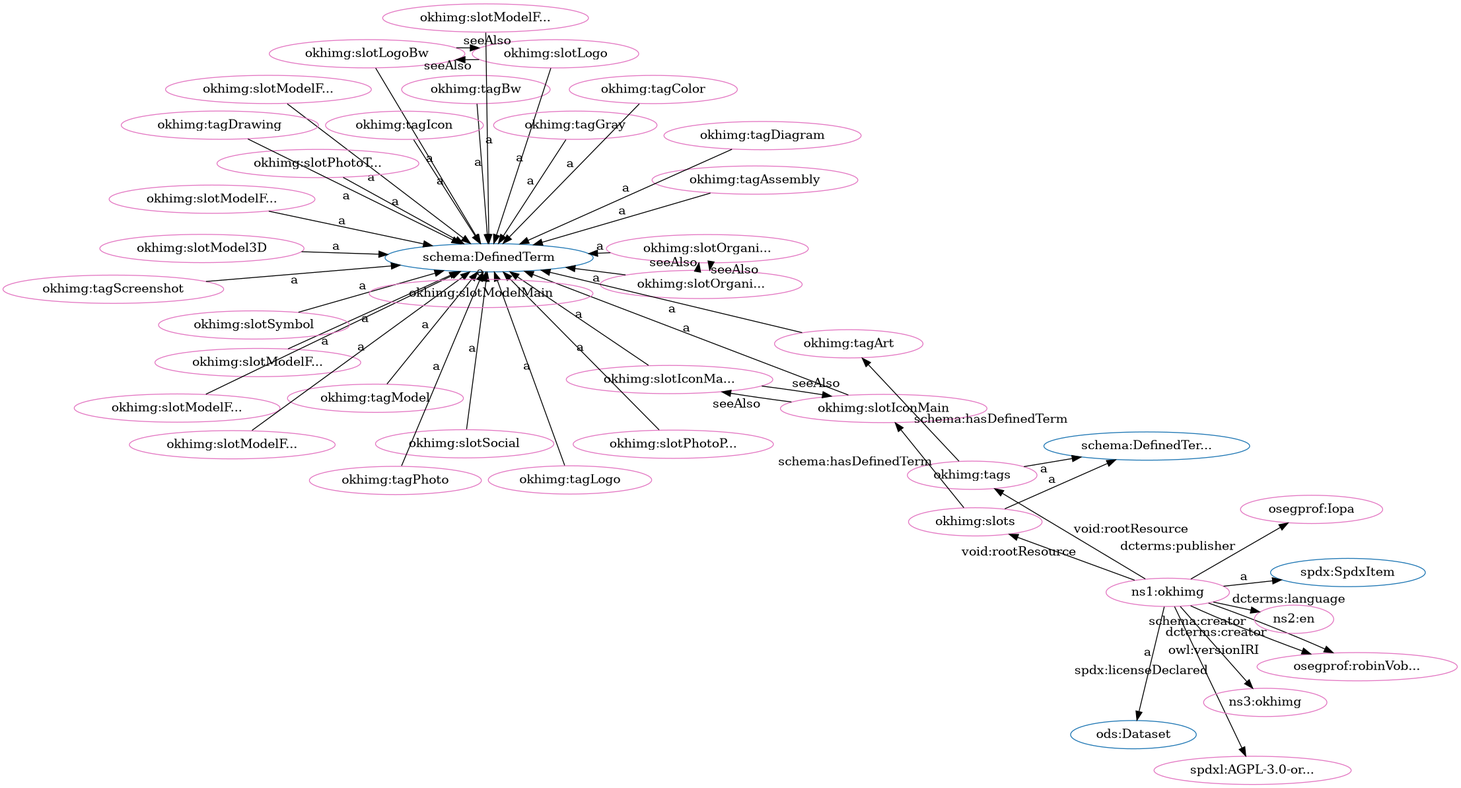
Above: src/spec/fdp_okh-img.png in iop-alliance/OpenKnowHow (Graphviz), before the change. Its source is kept beside it as src/spec/fdp_okh-img.dot.
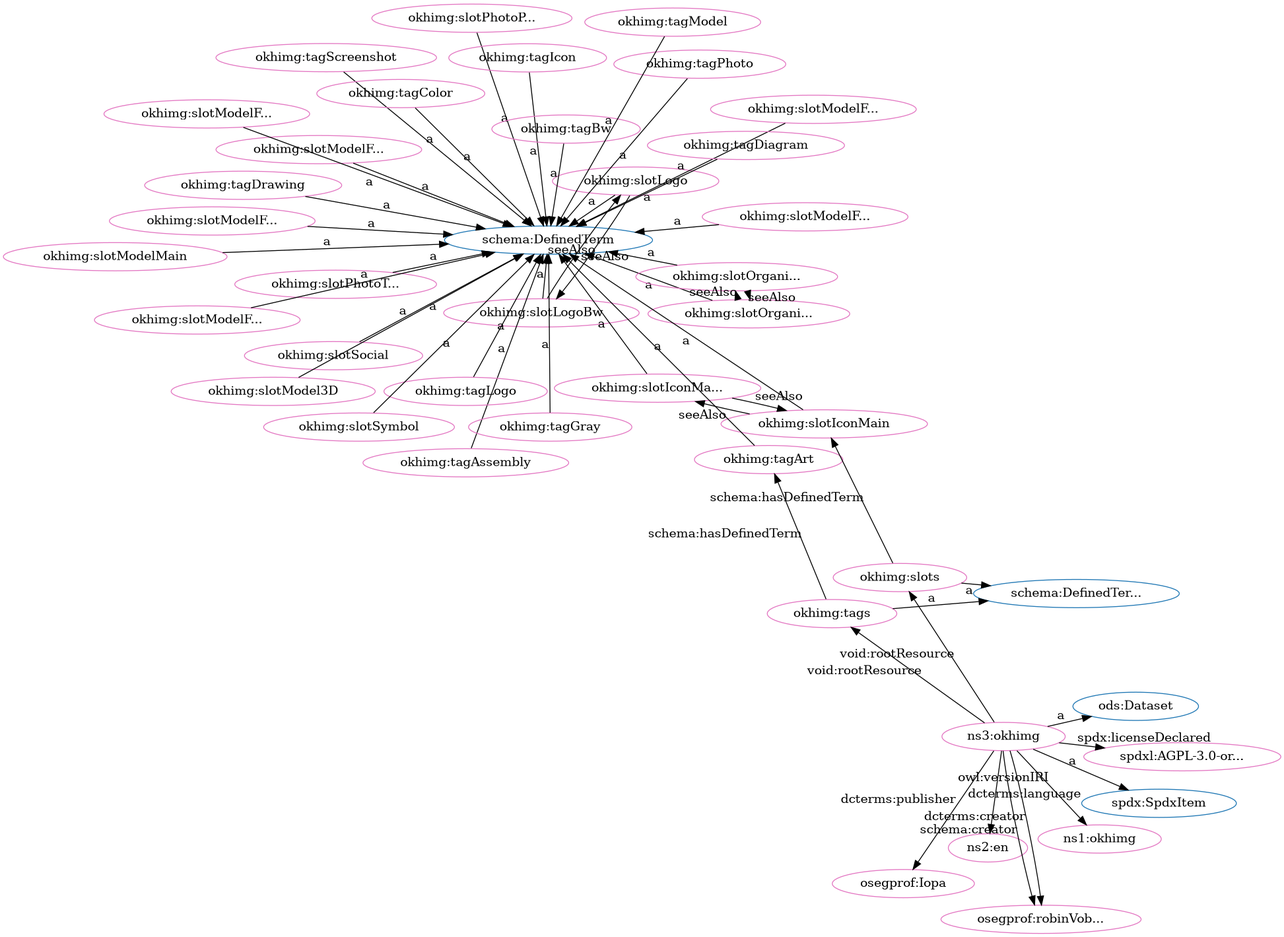
The same file after the commit.

Diff of the diagram source:
```diff
@@ -1,96 +1,96 @@
 digraph G {
   rankdir=BT
   node[height=.3]
+"http://spdx.org/rdf/terms#SpdxItem" [fillcolor="#1f77b4" color="#1f77b4" label="spdx:SpdxItem"]
+"http://w3id.org/oseg/ont/ods#Dataset" [fillcolor="#1f77b4" color="#1f77b4" label="ods:Dataset"]
 "http://schema.org/DefinedTerm" [fillcolor="#1f77b4" color="#1f77b4" label="schema:DefinedTerm"]
 "http://schema.org/DefinedTermSet" [fillcolor="#1f77b4" color="#1f77b4" label="schema:DefinedTer..."]
-"http://spdx.org/rdf/terms#SpdxItem" [fillcolor="#1f77b4" color="#1f77b4" label="spdx:SpdxItem"]
-"http://w3id.org/oseg/ont/ods#Dataset" [fillcolor="#1f77b4" color="#1f77b4" label="ods:Dataset"]
+"http://w3id.org/oseg/ont/okhimg#slotOrganizationLogoBw" [fillcolor="#e377c2" color="#e377c2" label="okhimg:slotOrgani..."]
+"http://w3id.org/oseg/ont/okhimg#slotIconMain" [fillcolor="#e377c2" color="#e377c2" label="okhimg:slotIconMain"]
+"http://w3id.org/oseg/ont/okhimg#slotLogo" [fillcolor="#e377c2" color="#e377c2" label="okhimg:slotLogo"]
+"http://w3id.org/oseg/ont/okhimg#slotPhotoPackaging" [fillcolor="#e377c2" color="#e377c2" label="okhimg:slotPhotoP..."]
+"http://w3id.org/oseg/ont/okhimg#slotLogoBw" [fillcolor="#e377c2" color="#e377c2" label="okhimg:slotLogoBw"]
+"http://w3id.org/oseg/ont/okhimg#slotPhotoThingMain" [fillcolor="#e377c2" color="#e377c2" label="okhimg:slotPhotoT..."]
+"http://w3id.org/oseg/ont/0.1.0/okhimg" [fillcolor="#e377c2" color="#e377c2" label="ns1:okhimg"]
+"http://w3id.org/oseg/ont/okhimg#tagDrawing" [fillcolor="#e377c2" color="#e377c2" label="okhimg:tagDrawing"]
+"http://w3id.org/oseg/ont/okhimg#tagArt" [fillcolor="#e377c2" color="#e377c2" label="okhimg:tagArt"]
+"http://w3id.org/oseg/ont/okhimg#slotModelMain" [fillcolor="#e377c2" color="#e377c2" label="okhimg:slotModelMain"]
 "http://w3id.org/oseg/ont/okhimg#slotModelFromBelow" [fillcolor="#e377c2" color="#e377c2" label="okhimg:slotModelF..."]
-"http://w3id.org/oseg/ont/okhimg#slotIconMainBw" [fillcolor="#e377c2" color="#e377c2" label="okhimg:slotIconMa..."]
+"http://w3id.org/oseg/ont/okhimg#slots" [fillcolor="#e377c2" color="#e377c2" label="okhimg:slots"]
+"http://w3id.org/oseg/ont/okhimg#tags" [fillcolor="#e377c2" color="#e377c2" label="okhimg:tags"]
+"http://w3id.org/oseg/ont/okhimg#slotOrganizationLogo" [fillcolor="#e377c2" color="#e377c2" label="okhimg:slotOrgani..."]
+"http://w3id.org/oseg/ont/okhimg#tagScreenshot" [fillcolor="#e377c2" color="#e377c2" label="okhimg:tagScreenshot"]
+"http://w3id.org/oseg/ont/oseg-profiles#Iopa" [fillcolor="#e377c2" color="#e377c2" label="osegprof:Iopa"]
+"http://id.loc.gov/vocabulary/iso639-1/en" [fillcolor="#e377c2" color="#e377c2" label="ns2:en"]
+"http://w3id.org/oseg/ont/okhimg#tagAssembly" [fillcolor="#e377c2" color="#e377c2" label="okhimg:tagAssembly"]
+"http://w3id.org/oseg/ont/okhimg" [fillcolor="#e377c2" color="#e377c2" label="ns3:okhimg"]
 "http://w3id.org/oseg/ont/okhimg#slotModelFromRight" [fillcolor="#e377c2" color="#e377c2" label="okhimg:slotModelF..."]
+"http://w3id.org/oseg/ont/okhimg#slotSocial" [fillcolor="#e377c2" color="#e377c2" label="okhimg:slotSocial"]
+"http://w3id.org/oseg/ont/okhimg#tagIcon" [fillcolor="#e377c2" color="#e377c2" label="okhimg:tagIcon"]
+"http://spdx.org/licenses/AGPL-3.0-or-later" [fillcolor="#e377c2" color="#e377c2" label="spdxl:AGPL-3.0-or..."]
+"http://w3id.org/oseg/ont/okhimg#slotModelFromLeft" [fillcolor="#e377c2" color="#e377c2" label="okhimg:slotModelF..."]
+"http://w3id.org/oseg/ont/okhimg#tagColor" [fillcolor="#e377c2" color="#e377c2" label="okhimg:tagColor"]
 "http://w3id.org/oseg/ont/okhimg#tagBw" [fillcolor="#e377c2" color="#e377c2" label="okhimg:tagBw"]
-"http://spdx.org/licenses/AGPL-3.0-or-later" [fillcolor="#e377c2" color="#e377c2" label="spdxl:AGPL-3.0-or..."]
-"http://w3id.org/oseg/ont/oseg-profiles#robinVobruba" [fillcolor="#e377c2" color="#e377c2" label="osegprof:robinVob..."]
-"http://w3id.org/oseg/ont/okhimg#slotLogo" [fillcolor="#e377c2" color="#e377c2" label="okhimg:slotLogo"]
-"http://w3id.org/oseg/ont/okhimg#slotLogoBw" [fillcolor="#e377c2" color="#e377c2" label="okhimg:slotLogoBw"]
-"http://w3id.org/oseg/ont/okhimg#slotOrganizationLogoBw" [fillcolor="#e377c2" color="#e377c2" label="okhimg:slotOrgani..."]
-"http://w3id.org/oseg/ont/okhimg#slotOrganizationLogo" [fillcolor="#e377c2" color="#e377c2" label="okhimg:slotOrgani..."]
-"http://w3id.org/oseg/ont/okhimg#tagAssembly" [fillcolor="#e377c2" color="#e377c2" label="okhimg:tagAssembly"]
-"http://w3id.org/oseg/ont/okhimg#tagScreenshot" [fillcolor="#e377c2" color="#e377c2" label="okhimg:tagScreenshot"]
-"http://w3id.org/oseg/ont/okhimg" [fillcolor="#e377c2" color="#e377c2" label="ns1:okhimg"]
-"http://w3id.org/oseg/ont/okhimg#slotPhotoThingMain" [fillcolor="#e377c2" color="#e377c2" label="okhimg:slotPhotoT..."]
-"http://w3id.org/oseg/ont/okhimg#tagArt" [fillcolor="#e377c2" color="#e377c2" label="okhimg:tagArt"]
-"http://w3id.org/oseg/ont/okhimg#tagDiagram" [fillcolor="#e377c2" color="#e377c2" label="okhimg:tagDiagram"]
-"http://w3id.org/oseg/ont/okhimg#slotModelFromAbove" [fillcolor="#e377c2" color="#e377c2" label="okhimg:slotModelF..."]
 "http://w3id.org/oseg/ont/okhimg#slotModelFromBack" [fillcolor="#e377c2" color="#e377c2" label="okhimg:slotModelF..."]
 "http://w3id.org/oseg/ont/okhimg#tagLogo" [fillcolor="#e377c2" color="#e377c2" label="okhimg:tagLogo"]
-"http://w3id.org/oseg/ont/okhimg#slotSocial" [fillcolor="#e377c2" color="#e377c2" label="okhimg:slotSocial"]
-"http://w3id.org/oseg/ont/okhimg#slotIconMain" [fillcolor="#e377c2" color="#e377c2" label="okhimg:slotIconMain"]
-"http://w3id.org/oseg/ont/okhimg#slotPhotoPackaging" [fillcolor="#e377c2" color="#e377c2" label="okhimg:slotPhotoP..."]
-"http://w3id.org/oseg/ont/okhimg#tagDrawing" [fillcolor="#e377c2" color="#e377c2" label="okhimg:tagDrawing"]
+"http://w3id.org/oseg/ont/oseg-profiles#robinVobruba" [fillcolor="#e377c2" color="#e377c2" label="osegprof:robinVob..."]
+"http://w3id.org/oseg/ont/okhimg#slotModelFromFront" [fillcolor="#e377c2" color="#e377c2" label="okhimg:slotModelF..."]
+"http://w3id.org/oseg/ont/okhimg#tagPhoto" [fillcolor="#e377c2" color="#e377c2" label="okhimg:tagPhoto"]
+"http://w3id.org/oseg/ont/okhimg#slotIconMainBw" [fillcolor="#e377c2" color="#e377c2" label="okhimg:slotIconMa..."]
+"http://w3id.org/oseg/ont/okhimg#tagDiagram" [fillcolor="#e377c2" color="#e377c2" label="okhimg:tagDiagram"]
 "http://w3id.org/oseg/ont/okhimg#tagGray" [fillcolor="#e377c2" color="#e377c2" label="okhimg:tagGray"]
-"http://w3id.org/oseg/ont/okhimg#slots" [fillcolor="#e377c2" color="#e377c2" label="okhimg:slots"]
-"http://w3id.org/oseg/ont/okhimg#tags" [fillcolor="#e377c2" color="#e377c2" label="okhimg:tags"]
-"http://w3id.org/oseg/ont/okhimg#slotModelFromLeft" [fillcolor="#e377c2" color="#e377c2" label="okhimg:slotModelF..."]
+"http://w3id.org/oseg/ont/okhimg#slotModel3D" [fillcolor="#e377c2" color="#e377c2" label="okhimg:slotModel3D"]
+"http://w3id.org/oseg/ont/okhimg#slotSymbol" [fillcolor="#e377c2" color="#e377c2" label="okhimg:slotSymbol"]
 "http://w3id.org/oseg/ont/okhimg#tagModel" [fillcolor="#e377c2" color="#e377c2" label="okhimg:tagModel"]
-"http://w3id.org/oseg/ont/okhimg#tagIcon" [fillcolor="#e377c2" color="#e377c2" label="okhimg:tagIcon"]
-"http://w3id.org/oseg/ont/oseg-profiles#Iopa" [fillcolor="#e377c2" color="#e377c2" label="osegprof:Iopa"]
-"http://w3id.org/oseg/ont/okhimg#slotModelFromFront" [fillcolor="#e377c2" color="#e377c2" label="okhimg:slotModelF..."]
-"http://w3id.org/oseg/ont/okhimg#slotSymbol" [fillcolor="#e377c2" color="#e377c2" label="okhimg:slotSymbol"]
-"http://w3id.org/oseg/ont/okhimg#slotModelMain" [fillcolor="#e377c2" color="#e377c2" label="okhimg:slotModelMain"]
-"http://w3id.org/oseg/ont/okhimg#tagColor" [fillcolor="#e377c2" color="#e377c2" label="okhimg:tagColor"]
-"http://id.loc.gov/vocabulary/iso639-1/en" [fillcolor="#e377c2" color="#e377c2" label="ns2:en"]
-"http://w3id.org/oseg/ont/okhimg#slotModel3D" [fillcolor="#e377c2" color="#e377c2" label="okhimg:slotModel3D"]
-"http://w3id.org/oseg/ont/okhimg#tagPhoto" [fillcolor="#e377c2" color="#e377c2" label="okhimg:tagPhoto"]
-"http://w3id.org/oseg/ont/0.1.0/okhimg" [fillcolor="#e377c2" color="#e377c2" label="ns3:okhimg"]
+"http://w3id.org/oseg/ont/okhimg#slotModelFromAbove" [fillcolor="#e377c2" color="#e377c2" label="okhimg:slotModelF..."]
+  "http://w3id.org/oseg/ont/okhimg#slotOrganizationLogoBw" -> "http://schema.org/DefinedTerm" [label="a"]
+  "http://w3id.org/oseg/ont/okhimg#slotIconMain" -> "http://schema.org/DefinedTerm" [label="a"]
+  "http://w3id.org/oseg/ont/okhimg#slotLogoBw" -> "http://w3id.org/oseg/ont/okhimg#slotLogo" [label="seeAlso"]
+  "http://w3id.org/oseg/ont/okhimg#slotPhotoPackaging" -> "http://schema.org/DefinedTerm" [label="a"]
+  "http://w3id.org/oseg/ont/okhimg#slotLogo" -> "http://w3id.org/oseg/ont/okhimg#slotLogoBw" [label="seeAlso"]
+  "http://w3id.org/oseg/ont/okhimg#slotPhotoThingMain" -> "http://schema.org/DefinedTerm" [label="a"]
+  "http://w3id.org/oseg/ont/okhimg#tagDrawing" -> "http://schema.org/DefinedTerm" [label="a"]
+  "http://w3id.org/oseg/ont/okhimg" -> "http://w3id.org/oseg/ont/0.1.0/okhimg" [label="owl:versionIRI"]
+  "http://w3id.org/oseg/ont/okhimg#tags" -> "http://w3id.org/oseg/ont/okhimg#tagArt" [label="schema:hasDefinedTerm"]
+  "http://w3id.org/oseg/ont/okhimg#tagArt" -> "http://schema.org/DefinedTerm" [label="a"]
+  "http://w3id.org/oseg/ont/okhimg#slotModelMain" -> "http://schema.org/DefinedTerm" [label="a"]
+  "http://w3id.org/oseg/ont/okhimg#slotIconMainBw" -> "http://w3id.org/oseg/ont/okhimg#slotIconMain" [label="seeAlso"]
   "http://w3id.org/oseg/ont/okhimg#slotModelFromBelow" -> "http://schema.org/DefinedTerm" [label="a"]
+  "http://w3id.org/oseg/ont/okhimg#slots" -> "http://schema.org/DefinedTermSet" [label="a"]
+  "http://w3id.org/oseg/ont/okhimg#tags" -> "http://schema.org/DefinedTermSet" [label="a"]
+  "http://w3id.org/oseg/ont/okhimg#slotOrganizationLogoBw" -> "http://w3id.org/oseg/ont/okhimg#slotOrganizationLogo" [label="seeAlso"]
+  "http://w3id.org/oseg/ont/okhimg#slots" -> "http://w3id.org/oseg/ont/okhimg#slotIconMain" [label="schema:hasDefinedTerm"]
+  "http://w3id.org/oseg/ont/okhimg#tagScreenshot" -> "http://schema.org/DefinedTerm" [label="a"]
+  "http://w3id.org/oseg/ont/okhimg#slotModelFromAbove" -> "http://schema.org/DefinedTerm" [label="a"]
+  "http://w3id.org/oseg/ont/okhimg" -> "http://w3id.org/oseg/ont/oseg-profiles#Iopa" [label="dcterms:publisher"]
+  "http://w3id.org/oseg/ont/okhimg" -> "http://id.loc.gov/vocabulary/iso639-1/en" [label="dcterms:language"]
+  "http://w3id.org/oseg/ont/okhimg#tagAssembly" -> "http://schema.org/DefinedTerm" [label="a"]
+  "http://w3id.org/oseg/ont/okhimg" -> "http://w3id.org/oseg/ont/okhimg#tags" [label="void:rootResource"]
+  "http://w3id.org/oseg/ont/okhimg" -> "http://spdx.org/rdf/terms#SpdxItem" [label="a"]
+  "http://w3id.org/oseg/ont/okhimg#slotModelFromRight" -> "http://schema.org/DefinedTerm" [label="a"]
+  "http://w3id.org/oseg/ont/okhimg#slotOrganizationLogo" -> "http://w3id.org/oseg/ont/okhimg#slotOrganizationLogoBw" [label="seeAlso"]
+  "http://w3id.org/oseg/ont/okhimg#slotSocial" -> "http://schema.org/DefinedTerm" [label="a"]
+  "http://w3id.org/oseg/ont/okhimg#slotLogo" -> "http://schema.org/DefinedTerm" [label="a"]
+  "http://w3id.org/oseg/ont/okhimg#tagIcon" -> "http://schema.org/DefinedTerm" [label="a"]
+  "http://w3id.org/oseg/ont/okhimg" -> "http://spdx.org/licenses/AGPL-3.0-or-later" [label="spdx:licenseDeclared"]
+  "http://w3id.org/oseg/ont/okhimg#slotModelFromLeft" -> "http://schema.org/DefinedTerm" [label="a"]
+  "http://w3id.org/oseg/ont/okhimg#tagColor" -> "http://schema.org/DefinedTerm" [label="a"]
+  "http://w3id.org/oseg/ont/okhimg#tagBw" -> "http://schema.org/DefinedTerm" [label="a"]
+  "http://w3id.org/oseg/ont/okhimg#slotLogoBw" -> "http://schema.org/DefinedTerm" [label="a"]
+  "http://w3id.org/oseg/ont/okhimg#slotModelFromBack" -> "http://schema.org/DefinedTerm" [label="a"]
+  "http://w3id.org/oseg/ont/okhimg#tagLogo" -> "http://schema.org/DefinedTerm" [label="a"]
+  "http://w3id.org/oseg/ont/okhimg" -> "http://w3id.org/oseg/ont/oseg-profiles#robinVobruba" [label="dcterms:creator"]
+  "http://w3id.org/oseg/ont/okhimg#slotModelFromFront" -> "http://schema.org/DefinedTerm" [label="a"]
+  "http://w3id.org/oseg/ont/okhimg#tagPhoto" -> "http://schema.org/DefinedTerm" [label="a"]
   "http://w3id.org/oseg/ont/okhimg#slotIconMain" -> "http://w3id.org/oseg/ont/okhimg#slotIconMainBw" [label="seeAlso"]
-  "http://w3id.org/oseg/ont/okhimg#slotModelFromRight" -> "http://schema.org/DefinedTerm" [label="a"]
-  "http://w3id.org/oseg/ont/okhimg#tagBw" -> "http://schema.org/DefinedTerm" [label="a"]
-  "http://w3id.org/oseg/ont/okhimg" -> "http://spdx.org/licenses/AGPL-3.0-or-later" [label="spdx:licenseDeclared"]
-  "http://w3id.org/oseg/ont/okhimg" -> "http://w3id.org/oseg/ont/oseg-profiles#robinVobruba" [label="dcterms:creator"]
-  "http://w3id.org/oseg/ont/okhimg#slotLogo" -> "http://schema.org/DefinedTerm" [label="a"]
-  "http://w3id.org/oseg/ont/okhimg#slotLogo" -> "http://w3id.org/oseg/ont/okhimg#slotLogoBw" [label="seeAlso"]
-  "http://w3id.org/oseg/ont/okhimg#slotOrganizationLogoBw" -> "http://schema.org/DefinedTerm" [label="a"]
   "http://w3id.org/oseg/ont/okhimg#slotIconMainBw" -> "http://schema.org/DefinedTerm" [label="a"]
   "http://w3id.org/oseg/ont/okhimg#slotOrganizationLogo" -> "http://schema.org/DefinedTerm" [label="a"]
-  "http://w3id.org/oseg/ont/okhimg#tagAssembly" -> "http://schema.org/DefinedTerm" [label="a"]
-  "http://w3id.org/oseg/ont/okhimg#slotLogoBw" -> "http://schema.org/DefinedTerm" [label="a"]
-  "http://w3id.org/oseg/ont/okhimg#tagScreenshot" -> "http://schema.org/DefinedTerm" [label="a"]
-  "http://w3id.org/oseg/ont/okhimg" -> "http://spdx.org/rdf/terms#SpdxItem" [label="a"]
-  "http://w3id.org/oseg/ont/okhimg#slotPhotoThingMain" -> "http://schema.org/DefinedTerm" [label="a"]
-  "http://w3id.org/oseg/ont/okhimg#tagArt" -> "http://schema.org/DefinedTerm" [label="a"]
+  "http://w3id.org/oseg/ont/okhimg#tagGray" -> "http://schema.org/DefinedTerm" [label="a"]
   "http://w3id.org/oseg/ont/okhimg#tagDiagram" -> "http://schema.org/DefinedTerm" [label="a"]
-  "http://w3id.org/oseg/ont/okhimg#slotModelFromAbove" -> "http://schema.org/DefinedTerm" [label="a"]
-  "http://w3id.org/oseg/ont/okhimg#slotModelFromBack" -> "http://schema.org/DefinedTerm" [label="a"]
-  "http://w3id.org/oseg/ont/okhimg#tagLogo" -> "http://schema.org/DefinedTerm" [label="a"]
-  "http://w3id.org/oseg/ont/okhimg#slotSocial" -> "http://schema.org/DefinedTerm" [label="a"]
-  "http://w3id.org/oseg/ont/okhimg#slots" -> "http://w3id.org/oseg/ont/okhimg#slotIconMain" [label="schema:hasDefinedTerm"]
-  "http://w3id.org/oseg/ont/okhimg#slotPhotoPackaging" -> "http://schema.org/DefinedTerm" [label="a"]
-  "http://w3id.org/oseg/ont/okhimg#tagDrawing" -> "http://schema.org/DefinedTerm" [label="a"]
-  "http://w3id.org/oseg/ont/okhimg#tagGray" -> "http://schema.org/DefinedTerm" [label="a"]
+  "http://w3id.org/oseg/ont/okhimg" -> "http://w3id.org/oseg/ont/oseg-profiles#robinVobruba" [label="schema:creator"]
   "http://w3id.org/oseg/ont/okhimg" -> "http://w3id.org/oseg/ont/okhimg#slots" [label="void:rootResource"]
-  "http://w3id.org/oseg/ont/okhimg" -> "http://w3id.org/oseg/ont/okhimg#tags" [label="void:rootResource"]
   "http://w3id.org/oseg/ont/okhimg" -> "http://w3id.org/oseg/ont/ods#Dataset" [label="a"]
-  "http://w3id.org/oseg/ont/okhimg" -> "http://w3id.org/oseg/ont/oseg-profiles#robinVobruba" [label="schema:creator"]
-  "http://w3id.org/oseg/ont/okhimg#tags" -> "http://w3id.org/oseg/ont/okhimg#tagArt" [label="schema:hasDefinedTerm"]
-  "http://w3id.org/oseg/ont/okhimg#slotModelFromLeft" -> "http://schema.org/DefinedTerm" [label="a"]
+  "http://w3id.org/oseg/ont/okhimg#slotModel3D" -> "http://schema.org/DefinedTerm" [label="a"]
+  "http://w3id.org/oseg/ont/okhimg#slotSymbol" -> "http://schema.org/DefinedTerm" [label="a"]
   "http://w3id.org/oseg/ont/okhimg#tagModel" -> "http://schema.org/DefinedTerm" [label="a"]
-  "http://w3id.org/oseg/ont/okhimg#slots" -> "http://schema.org/DefinedTermSet" [label="a"]
-  "http://w3id.org/oseg/ont/okhimg#tagIcon" -> "http://schema.org/DefinedTerm" [label="a"]
-  "http://w3id.org/oseg/ont/okhimg" -> "http://w3id.org/oseg/ont/oseg-profiles#Iopa" [label="dcterms:publisher"]
-  "http://w3id.org/oseg/ont/okhimg#slotLogoBw" -> "http://w3id.org/oseg/ont/okhimg#slotLogo" [label="seeAlso"]
-  "http://w3id.org/oseg/ont/okhimg#slotModelFromFront" -> "http://schema.org/DefinedTerm" [label="a"]
-  "http://w3id.org/oseg/ont/okhimg#slotSymbol" -> "http://schema.org/DefinedTerm" [label="a"]
-  "http://w3id.org/oseg/ont/okhimg#slotModelMain" -> "http://schema.org/DefinedTerm" [label="a"]
-  "http://w3id.org/oseg/ont/okhimg#slotOrganizationLogoBw" -> "http://w3id.org/oseg/ont/okhimg#slotOrganizationLogo" [label="seeAlso"]
-  "http://w3id.org/oseg/ont/okhimg#tagColor" -> "http://schema.org/DefinedTerm" [label="a"]
-  "http://w3id.org/oseg/ont/okhimg" -> "http://id.loc.gov/vocabulary/iso639-1/en" [label="dcterms:language"]
-  "http://w3id.org/oseg/ont/okhimg#slotModel3D" -> "http://schema.org/DefinedTerm" [label="a"]
-  "http://w3id.org/oseg/ont/okhimg#slotOrganizationLogo" -> "http://w3id.org/oseg/ont/okhimg#slotOrganizationLogoBw" [label="seeAlso"]
-  "http://w3id.org/oseg/ont/okhimg#tags" -> "http://schema.org/DefinedTermSet" [label="a"]
-  "http://w3id.org/oseg/ont/okhimg#tagPhoto" -> "http://schema.org/DefinedTerm" [label="a"]
-  "http://w3id.org/oseg/ont/okhimg" -> "http://w3id.org/oseg/ont/0.1.0/okhimg" [label="owl:versionIRI"]
-  "http://w3id.org/oseg/ont/okhimg#slotIconMain" -> "http://schema.org/DefinedTerm" [label="a"]
-  "http://w3id.org/oseg/ont/okhimg#slotIconMainBw" -> "http://w3id.org/oseg/ont/okhimg#slotIconMain" [label="seeAlso"]
 }
```
